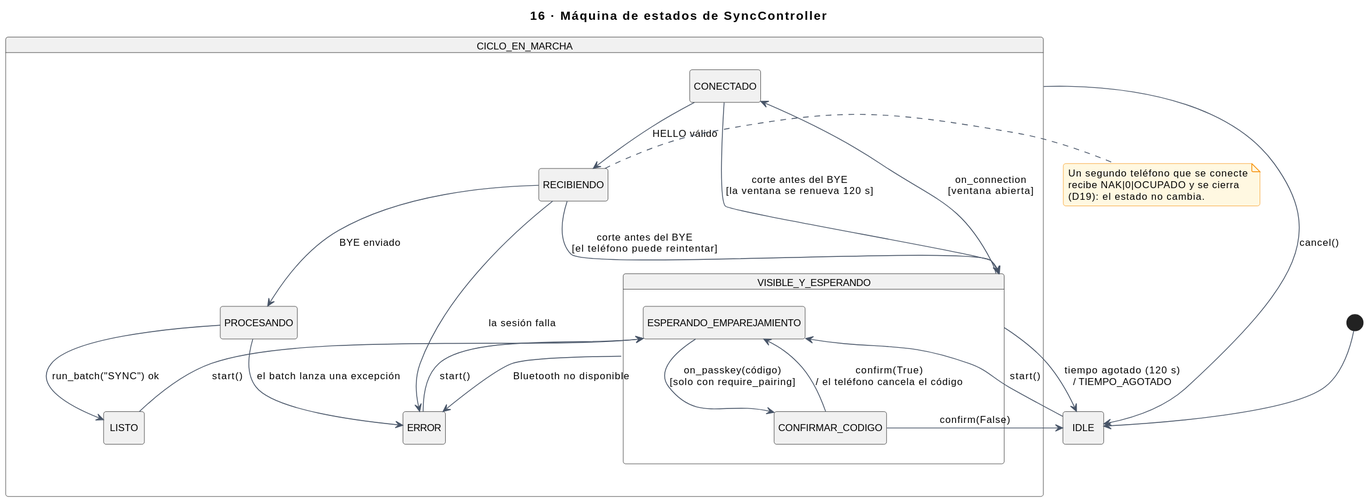
Above: docs/img/uml/16-estados-sync-controller.svg in sebas-archive/kardex-bt (PlantUML), before the change. Its diagram source:
```plantuml
@startuml
!include estilo.iuml
title 16 · Máquina de estados de SyncController
hide empty description

state IDLE
[*] --> IDLE

state CICLO_EN_MARCHA {
  state VISIBLE_Y_ESPERANDO {
    state ESPERANDO_EMPAREJAMIENTO
    state CONFIRMAR_CODIGO
    ESPERANDO_EMPAREJAMIENTO --> CONFIRMAR_CODIGO : on_passkey(código)\n[solo con require_pairing]
    CONFIRMAR_CODIGO --> ESPERANDO_EMPAREJAMIENTO : confirm(True)\n/ el teléfono cancela el código
  }
  state CONECTADO
  state RECIBIENDO
  state PROCESANDO
  state LISTO
  state ERROR

  VISIBLE_Y_ESPERANDO --> CONECTADO : on_connection\n[ventana abierta]
  CONECTADO --> RECIBIENDO : HELLO válido
  RECIBIENDO --> PROCESANDO : BYE enviado
  PROCESANDO --> LISTO : run_batch("SYNC") ok
  PROCESANDO --> ERROR : el batch lanza una excepción
  RECIBIENDO --> ERROR : la sesión falla
  CONECTADO --> VISIBLE_Y_ESPERANDO : corte antes del BYE\n[la ventana se renueva 120 s]
  RECIBIENDO --> VISIBLE_Y_ESPERANDO : corte antes del BYE\n[el teléfono puede reintentar]
  VISIBLE_Y_ESPERANDO --> ERROR : Bluetooth no disponible
  LISTO --> ESPERANDO_EMPAREJAMIENTO : start()
  ERROR --> ESPERANDO_EMPAREJAMIENTO : start()
}

IDLE --> ESPERANDO_EMPAREJAMIENTO : start()
CICLO_EN_MARCHA --> IDLE : cancel()
VISIBLE_Y_ESPERANDO --> IDLE : tiempo agotado (120 s)\n/ TIEMPO_AGOTADO
CONFIRMAR_CODIGO --> IDLE : confirm(False)

note right of RECIBIENDO
  Un segundo teléfono que se conecte
  recibe NAK|0|OCUPADO y se cierra
  (D19): el estado no cambia.
end note
@enduml
```
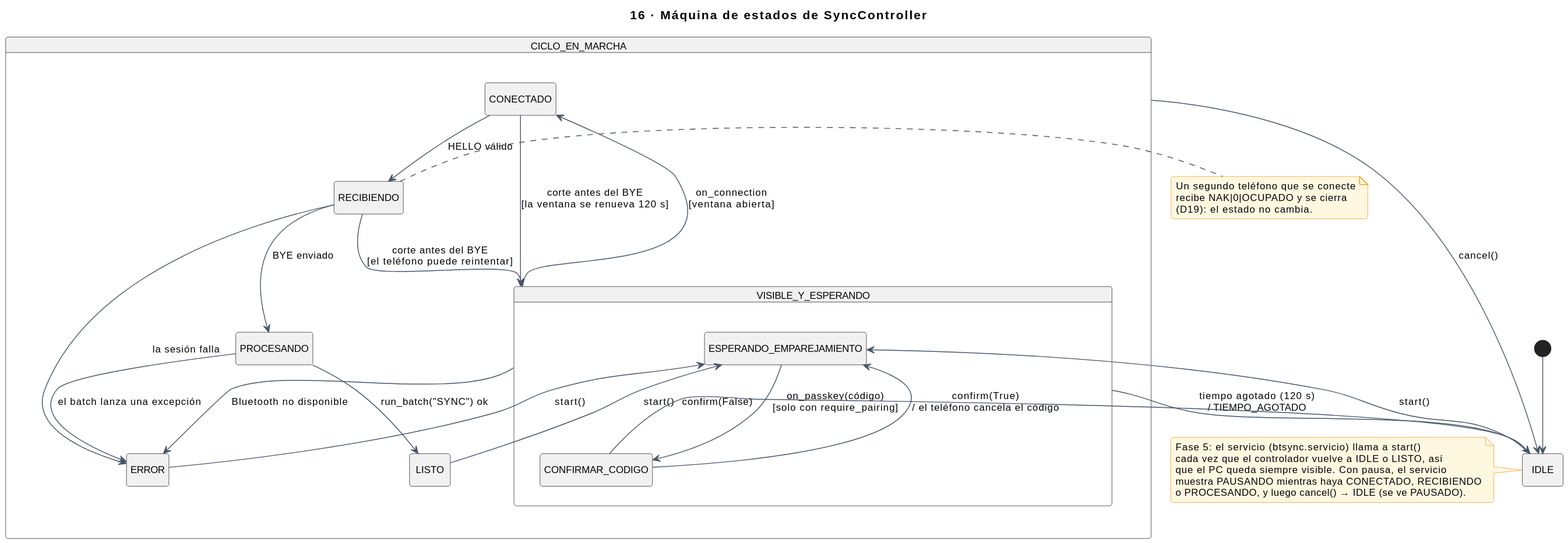
The same file after the commit.

What changed in the source:
```diff
@@ -37,6 +37,14 @@
 VISIBLE_Y_ESPERANDO --> IDLE : tiempo agotado (120 s)\n/ TIEMPO_AGOTADO
 CONFIRMAR_CODIGO --> IDLE : confirm(False)
 
+note left of IDLE
+  Fase 5: el servicio (btsync.servicio) llama a start()
+  cada vez que el controlador vuelve a IDLE o LISTO, así
+  que el PC queda siempre visible. Con pausa, el servicio
+  muestra PAUSANDO mientras haya CONECTADO, RECIBIENDO
+  o PROCESANDO, y luego cancel() → IDLE (se ve PAUSADO).
+end note
+
 note right of RECIBIENDO
   Un segundo teléfono que se conecte
   recibe NAK|0|OCUPADO y se cierra
```
